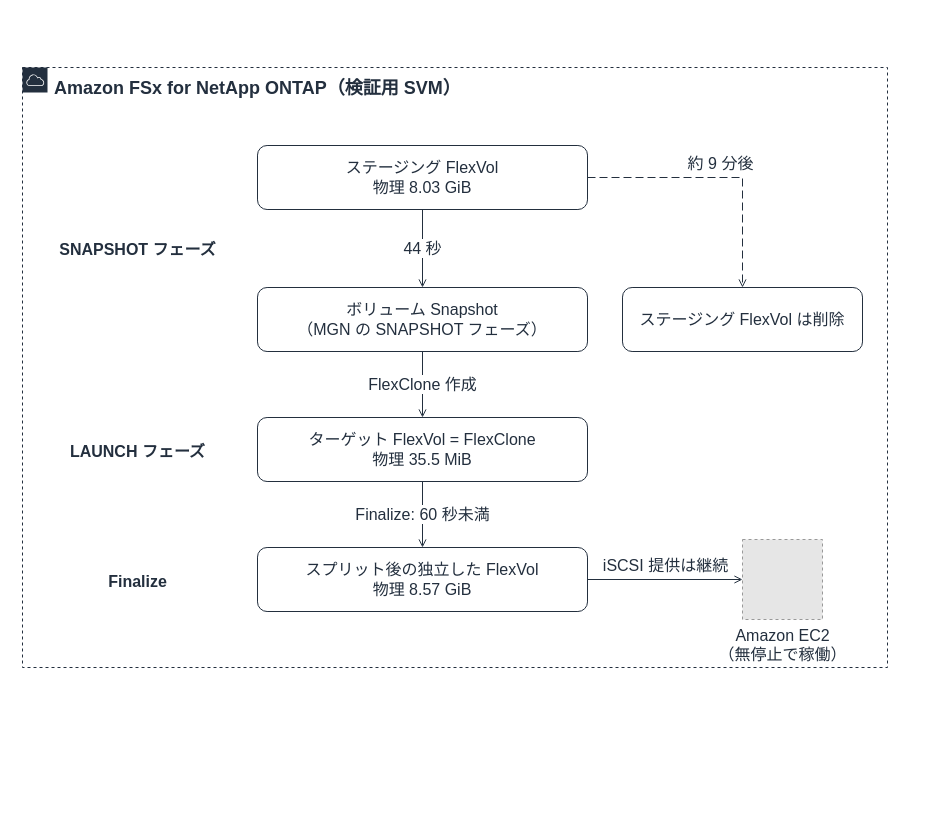
This is docs/_assets/diagrams/atx-fsxn-finalize-flexclone.drawio from Yoshiki0705/vmware-migration-ec2-ontap, a draw.io file, before an edit. Source tidied: cells renumbered, new cells numbered last; positions are measured from the earlier drawing's top-left corner, leaving out a move shared by most shapes. Both pictures are drawn from the tidied source at 100%, with x=0, y=0 at pixel (22, 67). Pictures stored in the file or linked from it are replaced by grey dashed boxes.
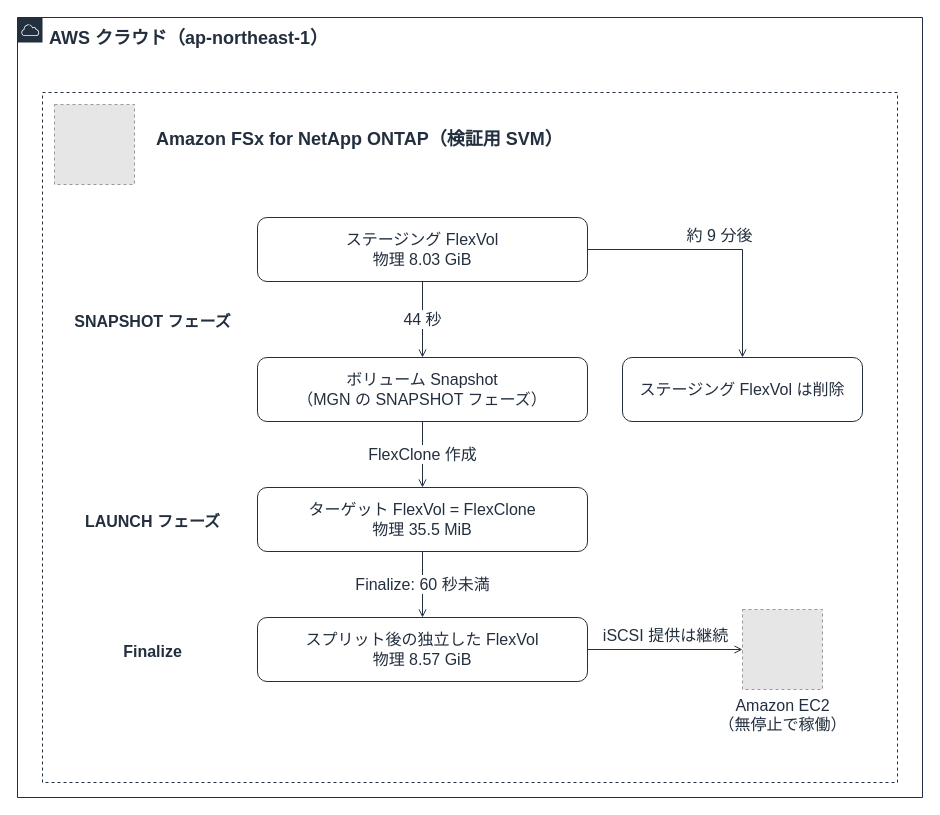
Above is the later version.

Change to the diagram source:
```diff
@@
+    <mxCell id="17" value="AWS クラウド（ap-northeast-1）" style="gradientColor=none;html=1;whiteSpace=wrap;fontSize=18;fontStyle=1;fontColor=#232F3E;shape=mxgraph.aws4.group;grIcon=mxgraph.aws4.group_aws_cloud;strokeColor=#232F3E;fillColor=none;verticalAlign=top;align=left;spacingLeft=30;spacingTop=4;dashed=0;" parent="1" vertex="1">
+      <mxGeometry x="-5" y="-50" width="905" height="780" as="geometry" />
+    </mxCell>
-    <mxCell id="2" value="Amazon FSx for NetApp ONTAP（検証用 SVM）" style="gradientColor=none;html=1;whiteSpace=wrap;fontSize=18;fontStyle=1;fontColor=#232F3E;shape=mxgraph.aws4.group;grIcon=mxgraph.aws4.group_aws_cloud;strokeColor=#232F3E;fillColor=none;verticalAlign=top;align=left;spacingLeft=30;spacingTop=4;dashed=1;" parent="1" vertex="1">
-      <mxGeometry width="865" height="600" as="geometry" />
+    <mxCell id="2" value="Amazon FSx for NetApp ONTAP（検証用 SVM）" style="gradientColor=none;html=1;whiteSpace=wrap;fontSize=18;fontStyle=1;fontColor=#232F3E;shape=mxgraph.aws4.group;strokeColor=#232F3E;fillColor=none;verticalAlign=top;align=left;spacingLeft=112;spacingTop=30;dashed=1;" parent="1" vertex="1">
+      <mxGeometry x="20" y="25" width="855" height="690" as="geometry" />
     </mxCell>
     <mxCell id="3" value="ステージング FlexVol&#10;物理 8.03 GiB" style="rounded=1;whiteSpace=wrap;html=1;strokeColor=#232F3E;fillColor=none;fontColor=#232F3E;fontSize=16;verticalAlign=middle;align=center;" parent="1" vertex="1">
-      <mxGeometry x="235" y="78" width="330" height="64" as="geometry" />
+      <mxGeometry x="235" y="150" width="330" height="64" as="geometry" />
     </mxCell>
     <mxCell id="4" value="ボリューム Snapshot&#10;（MGN の SNAPSHOT フェーズ）" style="rounded=1;whiteSpace=wrap;html=1;strokeColor=#232F3E;fillColor=none;fontColor=#232F3E;fontSize=16;verticalAlign=middle;align=center;" parent="1" vertex="1">
-      <mxGeometry x="235" y="220" width="330" height="64" as="geometry" />
+      <mxGeometry x="235" y="290" width="330" height="64" as="geometry" />
     </mxCell>
     <mxCell id="5" value="ターゲット FlexVol = FlexClone&#10;物理 35.5 MiB" style="rounded=1;whiteSpace=wrap;html=1;strokeColor=#232F3E;fillColor=none;fontColor=#232F3E;fontSize=16;verticalAlign=middle;align=center;" parent="1" vertex="1">
-      <mxGeometry x="235" y="350" width="330" height="64" as="geometry" />
+      <mxGeometry x="235" y="420" width="330" height="64" as="geometry" />
     </mxCell>
     <mxCell id="6" value="スプリット後の独立した FlexVol&#10;物理 8.57 GiB" style="rounded=1;whiteSpace=wrap;html=1;strokeColor=#232F3E;fillColor=none;fontColor=#232F3E;fontSize=16;verticalAlign=middle;align=center;" parent="1" vertex="1">
-      <mxGeometry x="235" y="480" width="330" height="64" as="geometry" />
+      <mxGeometry x="235" y="550" width="330" height="64" as="geometry" />
     </mxCell>
     <mxCell id="7" value="ステージング FlexVol は削除" style="rounded=1;whiteSpace=wrap;html=1;strokeColor=#232F3E;fillColor=none;fontColor=#232F3E;fontSize=16;verticalAlign=middle;align=center;" parent="1" vertex="1">
-      <mxGeometry x="600" y="220" width="240" height="64" as="geometry" />
+      <mxGeometry x="600" y="290" width="240" height="64" as="geometry" />
     </mxCell>
     <mxCell id="8" value="SNAPSHOT フェーズ" style="text;html=1;strokeColor=none;fillColor=none;align=center;verticalAlign=middle;fontSize=16;fontStyle=1;fontColor=#232F3E;" parent="1" vertex="1">
-      <mxGeometry x="15" y="158" width="200" height="48" as="geometry" />
+      <mxGeometry x="45" y="230" width="170" height="48" as="geometry" />
     </mxCell>
     <mxCell id="9" value="LAUNCH フェーズ" style="text;html=1;strokeColor=none;fillColor=none;align=center;verticalAlign=middle;fontSize=16;fontStyle=1;fontColor=#232F3E;" parent="1" vertex="1">
-      <mxGeometry x="15" y="360" width="200" height="48" as="geometry" />
+      <mxGeometry x="45" y="430" width="170" height="48" as="geometry" />
     </mxCell>
     <mxCell id="10" value="Finalize" style="text;html=1;strokeColor=none;fillColor=none;align=center;verticalAlign=middle;fontSize=16;fontStyle=1;fontColor=#232F3E;" parent="1" vertex="1">
-      <mxGeometry x="15" y="490" width="200" height="48" as="geometry" />
+      <mxGeometry x="45" y="560" width="170" height="48" as="geometry" />
     </mxCell>
+    <mxCell id="18" style="fillColor=#E6E6E6;strokeColor=#999999;dashed=1;html=1;verticalLabelPosition=bottom;verticalAlign=top;labelPosition=center;align=center;fontSize=16;fontColor=#232F3E;" parent="1" vertex="1">
+      <mxGeometry x="32" y="37" width="80" height="80" as="geometry" />
+    </mxCell>
     <mxCell id="11" value="Amazon EC2&#10;（無停止で稼働）" style="fillColor=#E6E6E6;strokeColor=#999999;dashed=1;html=1;verticalLabelPosition=bottom;verticalAlign=top;labelPosition=center;align=center;fontSize=16;fontColor=#232F3E;" parent="1" vertex="1">
-      <mxGeometry x="720" y="472" width="80" height="80" as="geometry" />
+      <mxGeometry x="720" y="542" width="80" height="80" as="geometry" />
     </mxCell>
@@
-    <mxCell id="15" value="約 9 分後" style="edgeStyle=orthogonalEdgeStyle;rounded=0;html=1;endArrow=open;endFill=0;strokeColor=#232F3E;strokeWidth=1;fontSize=16;fontColor=#232F3E;labelBackgroundColor=#FFFFFF;exitX=1;exitY=0.5;exitDx=0;exitDy=0;entryX=0.5;entryY=0;entryDx=0;entryDy=0;dashed=1;dashPattern=8 4;" parent="1" edge="1" source="3" target="7">
+    <mxCell id="15" value="約 9 分後" style="edgeStyle=orthogonalEdgeStyle;rounded=0;html=1;endArrow=open;endFill=0;strokeColor=#232F3E;strokeWidth=1;fontSize=16;fontColor=#232F3E;labelBackgroundColor=#FFFFFF;exitX=1;exitY=0.5;exitDx=0;exitDy=0;entryX=0.5;entryY=0;entryDx=0;entryDy=0;" parent="1" edge="1" source="3" target="7">
       <mxGeometry relative="1" as="geometry">
         <mxPoint y="-14" as="offset" />
       </mxGeometry>
     </mxCell>
```
